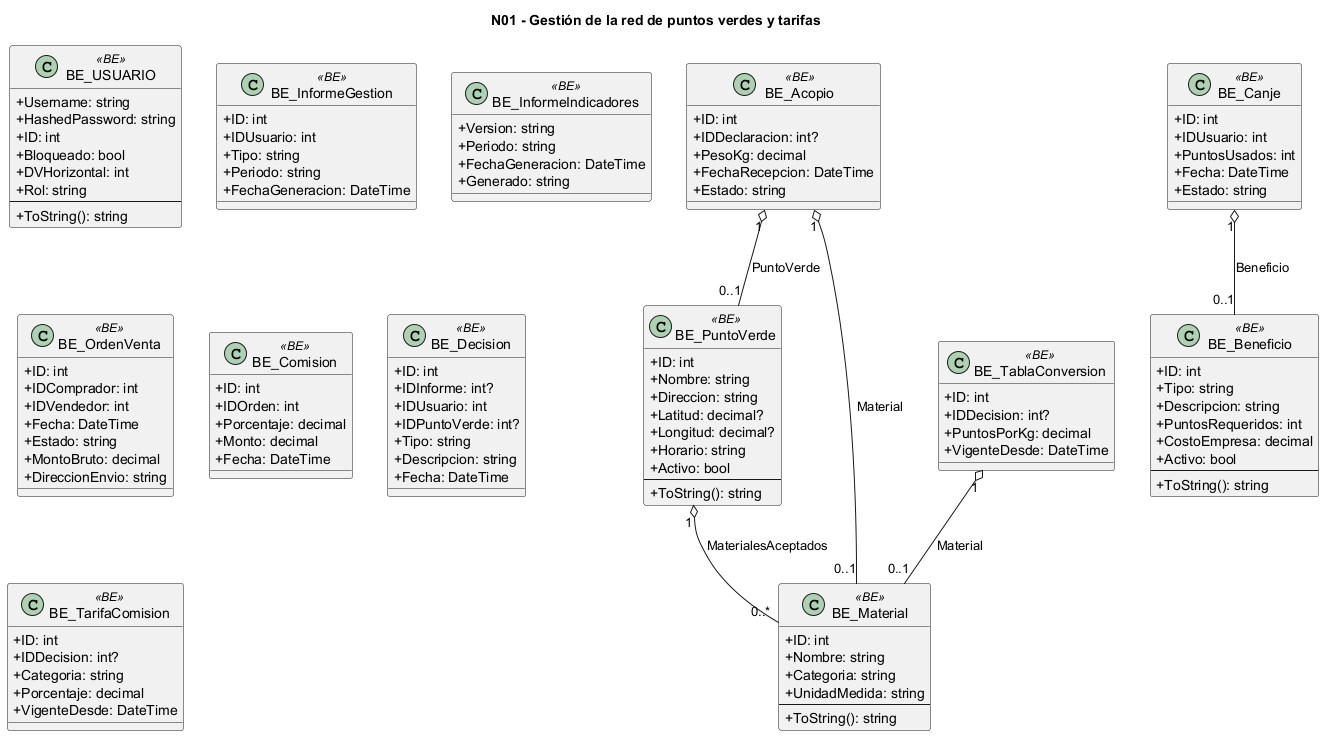
L-Muniz/uai-diploma_2026 keeps this PlantUML diagram as docs/diagramas/uml_png/procesos__N01_modelo_conceptual.png. Above is the earlier version.
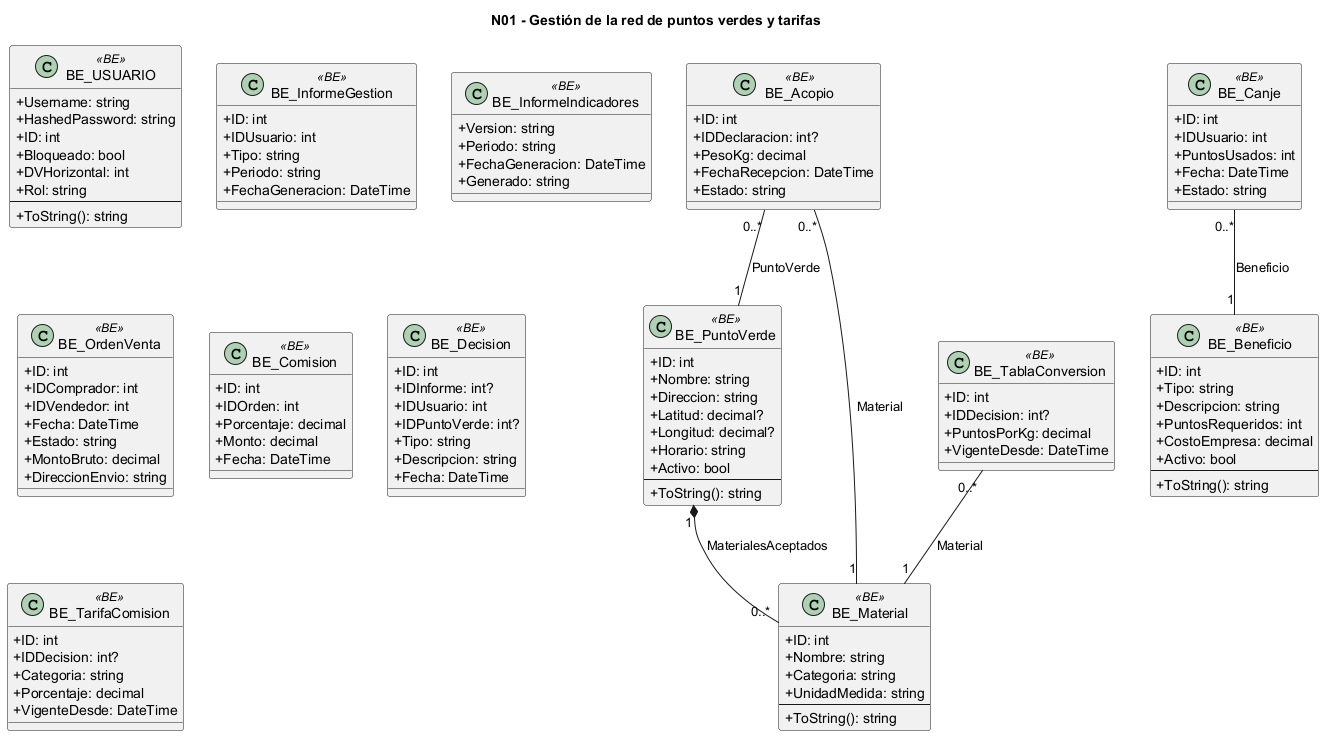
After the change.

Diff of the diagram source:
```diff
@@ -105,9 +105,9 @@
   +PuntosPorKg: decimal
   +VigenteDesde: DateTime
 }
-BE_Acopio "1" o-- "0..1" BE_PuntoVerde : PuntoVerde
-BE_Acopio "1" o-- "0..1" BE_Material : Material
-BE_PuntoVerde "1" o-- "0..*" BE_Material : MaterialesAceptados
-BE_Canje "1" o-- "0..1" BE_Beneficio : Beneficio
-BE_TablaConversion "1" o-- "0..1" BE_Material : Material
+BE_Acopio "0..*" -- "1" BE_PuntoVerde : PuntoVerde
+BE_Acopio "0..*" -- "1" BE_Material : Material
+BE_PuntoVerde "1" *-- "0..*" BE_Material : MaterialesAceptados
+BE_Canje "0..*" -- "1" BE_Beneficio : Beneficio
+BE_TablaConversion "0..*" -- "1" BE_Material : Material
 @enduml
```
